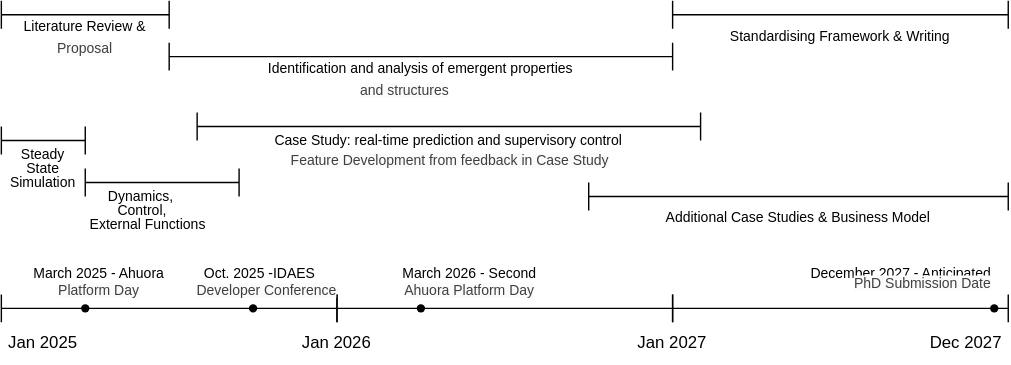
The draw.io diagram notes/assets/timeline.drawio.svg in bertkdowns/thesis, before a commit. Source tidied: cells renumbered, new cells last; positions are measured from the earlier drawing's top-left corner, leaving out a move shared by most shapes.
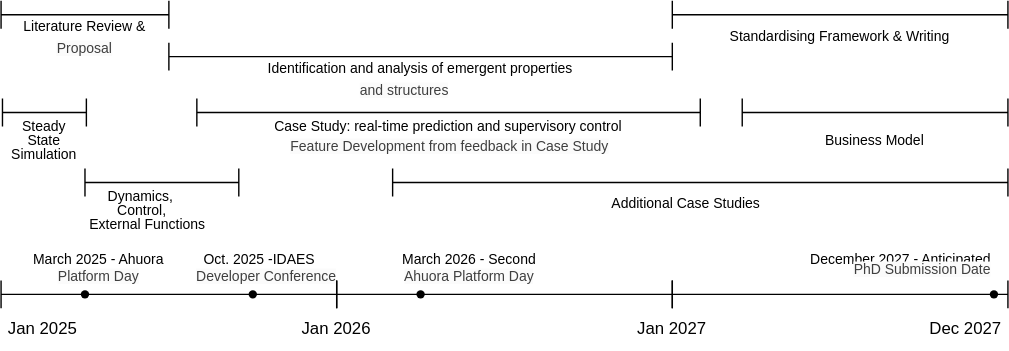
The same diagram one commit later.

Change to the diagram source:
```diff
@@ -24,7 +24,7 @@
       <mxGeometry x="660" y="230" width="60" height="30" as="geometry" />
     </mxCell>
     <mxCell id="9" style="shape=crossbar;whiteSpace=wrap;html=1;rounded=1;" parent="1" vertex="1">
-      <mxGeometry width="120" height="20" as="geometry" />
+      <mxGeometry y="10" width="120" height="20" as="geometry" />
     </mxCell>
     <mxCell id="10" style="shape=waypoint;sketch=0;fillStyle=solid;size=6;fillColor=none;perimeter=centerPerimeter;" parent="1" vertex="1">
       <mxGeometry x="50" y="210" width="20" height="20" as="geometry" />
@@ -33,19 +33,19 @@
       <mxGeometry y="175" width="140" height="40" as="geometry" />
     </mxCell>
     <mxCell id="12" value="&lt;font style=&quot;font-size: 10px;&quot;&gt;Literature Review &amp;amp;&lt;/font&gt;&lt;div&gt;&lt;br&gt;&lt;/div&gt;" style="text;html=1;align=center;verticalAlign=middle;whiteSpace=wrap;rounded=0;" parent="1" vertex="1">
-      <mxGeometry y="10" width="120" height="30" as="geometry" />
+      <mxGeometry y="20" width="120" height="30" as="geometry" />
     </mxCell>
     <mxCell id="13" style="shape=crossbar;whiteSpace=wrap;html=1;rounded=1;" parent="1" vertex="1">
-      <mxGeometry y="90" width="60" height="20" as="geometry" />
+      <mxGeometry x="1" y="80" width="60" height="20" as="geometry" />
     </mxCell>
     <mxCell id="14" value="&lt;span style=&quot;font-size: 10px;&quot;&gt;&amp;nbsp;Steady&lt;/span&gt;" style="text;html=1;align=center;verticalAlign=middle;whiteSpace=wrap;rounded=0;" parent="1" vertex="1">
-      <mxGeometry y="100" width="60" height="20" as="geometry" />
+      <mxGeometry x="1" y="90" width="60" height="20" as="geometry" />
     </mxCell>
     <mxCell id="15" style="shape=crossbar;whiteSpace=wrap;html=1;rounded=1;" parent="1" vertex="1">
-      <mxGeometry x="60" y="120" width="110" height="20" as="geometry" />
+      <mxGeometry x="60" y="130" width="110" height="20" as="geometry" />
     </mxCell>
     <mxCell id="16" value="&lt;span style=&quot;font-size: 10px;&quot;&gt;Dynamics,&lt;/span&gt;" style="text;html=1;align=center;verticalAlign=middle;whiteSpace=wrap;rounded=0;" parent="1" vertex="1">
-      <mxGeometry x="60" y="130" width="80" height="20" as="geometry" />
+      <mxGeometry x="60" y="140" width="80" height="20" as="geometry" />
     </mxCell>
     <mxCell id="17" style="shape=waypoint;sketch=0;fillStyle=solid;size=6;fillColor=none;perimeter=centerPerimeter;" parent="1" vertex="1">
       <mxGeometry x="170" y="210" width="20" height="20" as="geometry" />
@@ -60,10 +60,10 @@
       <mxGeometry x="140" y="90" width="360" height="20" as="geometry" />
     </mxCell>
     <mxCell id="21" style="shape=crossbar;whiteSpace=wrap;html=1;rounded=1;" parent="1" vertex="1">
-      <mxGeometry x="420" y="130" width="300" height="20" as="geometry" />
+      <mxGeometry x="280" y="130" width="440" height="20" as="geometry" />
     </mxCell>
-    <mxCell id="22" value="&lt;span style=&quot;font-size: 10px;&quot;&gt;Additional Case Studies &amp;amp; Business Model&lt;/span&gt;" style="text;html=1;align=center;verticalAlign=middle;whiteSpace=wrap;rounded=0;spacing=4;" parent="1" vertex="1">
-      <mxGeometry x="430" y="140" width="280" height="30" as="geometry" />
+    <mxCell id="22" value="&lt;span style=&quot;font-size: 10px;&quot;&gt;Additional Case Studies&lt;/span&gt;" style="text;html=1;align=center;verticalAlign=middle;whiteSpace=wrap;rounded=0;spacing=4;" parent="1" vertex="1">
+      <mxGeometry x="350" y="140" width="280" height="30" as="geometry" />
     </mxCell>
     <mxCell id="23" style="shape=waypoint;sketch=0;fillStyle=solid;size=6;fillColor=none;perimeter=centerPerimeter;" parent="1" vertex="1">
       <mxGeometry x="290" y="210" width="20" height="20" as="geometry" />
@@ -72,16 +72,16 @@
       <mxGeometry x="240" y="180" width="190" height="30" as="geometry" />
     </mxCell>
     <mxCell id="25" style="shape=crossbar;whiteSpace=wrap;html=1;rounded=1;" parent="1" vertex="1">
-      <mxGeometry x="120" y="30" width="360" height="20" as="geometry" />
+      <mxGeometry x="120" y="40" width="360" height="20" as="geometry" />
     </mxCell>
     <mxCell id="26" value="&lt;font style=&quot;font-size: 10px;&quot;&gt;Identification and analysis of emergent properties&amp;nbsp;&lt;/font&gt;&lt;div&gt;&lt;br&gt;&lt;/div&gt;" style="text;html=1;align=center;verticalAlign=middle;whiteSpace=wrap;rounded=0;" parent="1" vertex="1">
-      <mxGeometry x="120" y="40" width="360" height="30" as="geometry" />
+      <mxGeometry x="120" y="50" width="360" height="30" as="geometry" />
     </mxCell>
     <mxCell id="27" style="shape=crossbar;whiteSpace=wrap;html=1;rounded=1;" parent="1" vertex="1">
-      <mxGeometry x="480" width="240" height="20" as="geometry" />
+      <mxGeometry x="480" y="10" width="240" height="20" as="geometry" />
     </mxCell>
     <mxCell id="28" value="&lt;font style=&quot;font-size: 10px;&quot;&gt;Standardising Framework &amp;amp; Writing&lt;/font&gt;" style="text;html=1;align=center;verticalAlign=middle;whiteSpace=wrap;rounded=0;" parent="1" vertex="1">
-      <mxGeometry x="480" y="10" width="240" height="30" as="geometry" />
+      <mxGeometry x="480" y="20" width="240" height="30" as="geometry" />
     </mxCell>
     <mxCell id="29" style="shape=waypoint;sketch=0;fillStyle=solid;size=6;fillColor=none;perimeter=centerPerimeter;" parent="1" vertex="1">
       <mxGeometry x="700" y="210" width="20" height="20" as="geometry" />
@@ -93,16 +93,16 @@
       <mxGeometry x="25" y="195" width="90" height="20" as="geometry" />
     </mxCell>
     <mxCell id="32" value="&lt;span style=&quot;font-size: 10px;&quot;&gt;State&lt;/span&gt;" style="text;html=1;align=center;verticalAlign=middle;whiteSpace=wrap;rounded=0;" parent="1" vertex="1">
-      <mxGeometry y="110" width="60" height="20" as="geometry" />
+      <mxGeometry x="1" y="100" width="60" height="20" as="geometry" />
     </mxCell>
     <mxCell id="33" value="&lt;span style=&quot;font-size: 10px;&quot;&gt;Simulation&lt;/span&gt;" style="text;html=1;align=center;verticalAlign=middle;whiteSpace=wrap;rounded=0;" parent="1" vertex="1">
-      <mxGeometry y="120" width="60" height="20" as="geometry" />
+      <mxGeometry x="1" y="110" width="60" height="20" as="geometry" />
     </mxCell>
     <mxCell id="34" value="&lt;span style=&quot;font-size: 10px;&quot;&gt;Control,&lt;/span&gt;" style="text;html=1;align=center;verticalAlign=middle;whiteSpace=wrap;rounded=0;" parent="1" vertex="1">
-      <mxGeometry x="61" y="140" width="80" height="20" as="geometry" />
+      <mxGeometry x="61" y="150" width="80" height="20" as="geometry" />
     </mxCell>
     <mxCell id="35" value="&lt;span style=&quot;font-size: 10px;&quot;&gt;External Functions&lt;/span&gt;" style="text;html=1;align=center;verticalAlign=middle;whiteSpace=wrap;rounded=0;" parent="1" vertex="1">
-      <mxGeometry x="50" y="150" width="110" height="20" as="geometry" />
+      <mxGeometry x="50" y="160" width="110" height="20" as="geometry" />
     </mxCell>
     <mxCell id="36" value="&lt;span style=&quot;color: rgb(63, 63, 63); font-family: Helvetica; font-size: 10px; font-style: normal; font-variant-ligatures: normal; font-variant-caps: normal; font-weight: 400; letter-spacing: normal; orphans: 2; text-indent: 0px; text-transform: none; widows: 2; word-spacing: 0px; -webkit-text-stroke-width: 0px; white-space: normal; background-color: rgb(251, 251, 251); text-decoration-thickness: initial; text-decoration-style: initial; text-decoration-color: initial; float: none; display: inline !important;&quot;&gt;Feature Development from feedback in Case Study&lt;/span&gt;" style="text;whiteSpace=wrap;html=1;align=center;" parent="1" vertex="1">
       <mxGeometry x="141" y="100" width="360" height="25" as="geometry" />
@@ -111,10 +111,10 @@
       <mxGeometry x="580" y="190" width="130" height="40" as="geometry" />
     </mxCell>
     <mxCell id="38" value="&lt;span style=&quot;color: rgb(63, 63, 63); font-family: Helvetica; font-size: 10px; font-style: normal; font-variant-ligatures: normal; font-variant-caps: normal; font-weight: 400; letter-spacing: normal; orphans: 2; text-align: center; text-indent: 0px; text-transform: none; widows: 2; word-spacing: 0px; -webkit-text-stroke-width: 0px; white-space: normal; background-color: rgb(251, 251, 251); text-decoration-thickness: initial; text-decoration-style: initial; text-decoration-color: initial; display: inline !important; float: none;&quot;&gt;and structures&lt;/span&gt;" style="text;whiteSpace=wrap;html=1;" parent="1" vertex="1">
-      <mxGeometry x="255" y="50" width="100" height="40" as="geometry" />
+      <mxGeometry x="255" y="60" width="100" height="30" as="geometry" />
     </mxCell>
     <mxCell id="39" value="&lt;span style=&quot;color: rgb(63, 63, 63); font-family: Helvetica; font-size: 10px; font-style: normal; font-variant-ligatures: normal; font-variant-caps: normal; font-weight: 400; letter-spacing: normal; orphans: 2; text-indent: 0px; text-transform: none; widows: 2; word-spacing: 0px; -webkit-text-stroke-width: 0px; white-space: normal; background-color: rgb(251, 251, 251); text-decoration-thickness: initial; text-decoration-style: initial; text-decoration-color: initial; float: none; display: inline !important;&quot;&gt;&amp;nbsp;Proposal&lt;/span&gt;" style="text;whiteSpace=wrap;html=1;align=center;" parent="1" vertex="1">
-      <mxGeometry x="20" y="20" width="80" height="40" as="geometry" />
+      <mxGeometry x="20" y="30" width="80" height="30" as="geometry" />
     </mxCell>
     <mxCell id="40" value="&lt;span style=&quot;color: rgb(63, 63, 63); font-family: Helvetica; font-style: normal; font-variant-ligatures: normal; font-variant-caps: normal; font-weight: 400; letter-spacing: normal; orphans: 2; text-indent: 0px; text-transform: none; widows: 2; word-spacing: 0px; -webkit-text-stroke-width: 0px; white-space: normal; background-color: rgb(251, 251, 251); text-decoration-thickness: initial; text-decoration-style: initial; text-decoration-color: initial; float: none; display: inline !important;&quot;&gt;Ahuora Platform Day&lt;/span&gt;" style="text;whiteSpace=wrap;html=1;align=center;fontSize=10;" parent="1" vertex="1">
       <mxGeometry x="250" y="195" width="170" height="40" as="geometry" />
@@ -122,5 +122,11 @@
     <mxCell id="41" value="&lt;span style=&quot;color: rgb(63, 63, 63); font-family: Helvetica; font-style: normal; font-variant-ligatures: normal; font-variant-caps: normal; font-weight: 400; letter-spacing: normal; orphans: 2; text-indent: 0px; text-transform: none; widows: 2; word-spacing: 0px; -webkit-text-stroke-width: 0px; white-space: normal; background-color: rgb(251, 251, 251); text-decoration-thickness: initial; text-decoration-style: initial; text-decoration-color: initial; float: none; display: inline !important;&quot;&gt;Developer Conference&lt;/span&gt;" style="text;whiteSpace=wrap;html=1;fontSize=10;align=center;" parent="1" vertex="1">
       <mxGeometry x="125" y="195" width="130" height="20" as="geometry" />
     </mxCell>
+    <mxCell id="42" style="shape=crossbar;whiteSpace=wrap;html=1;rounded=1;" parent="1" vertex="1">
+      <mxGeometry x="530" y="80" width="190" height="20" as="geometry" />
+    </mxCell>
+    <mxCell id="43" value="&lt;span style=&quot;font-size: 10px;&quot;&gt;Business Model&lt;/span&gt;" style="text;html=1;align=center;verticalAlign=middle;whiteSpace=wrap;rounded=0;spacing=4;" parent="1" vertex="1">
+      <mxGeometry x="530" y="95" width="190" height="30" as="geometry" />
+    </mxCell>
   </root>
 </mxGraphModel>
```
